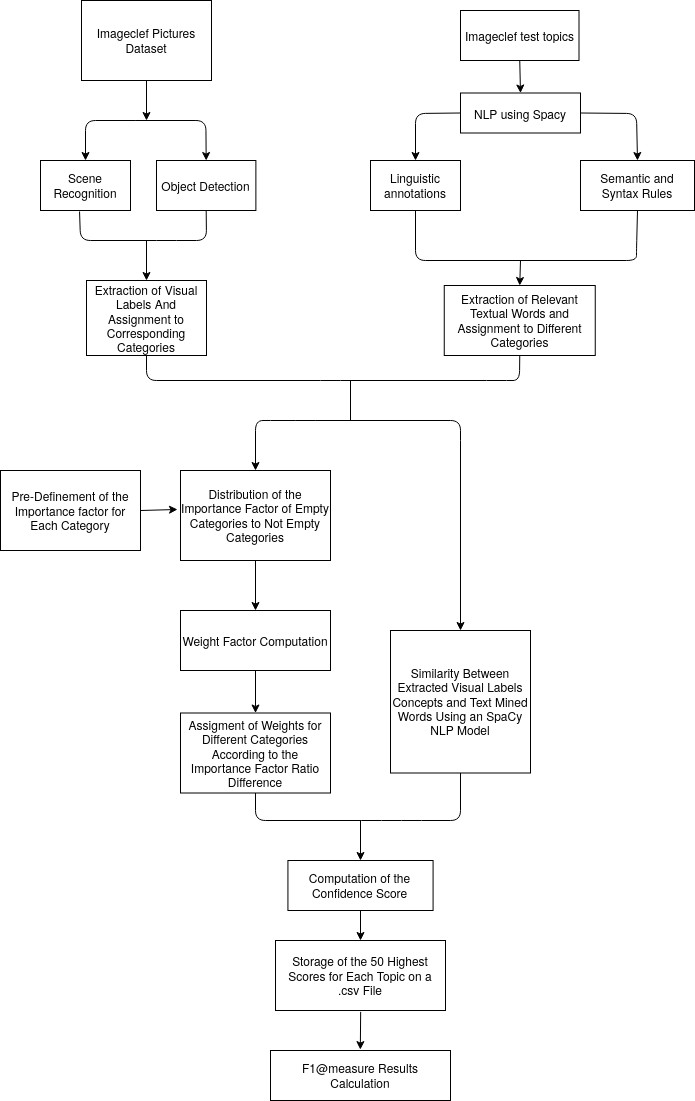
MrJules/thesis keeps this draw.io diagram as thesis_latex/Sections/6textprocessing/images/diagram.png. Above is the earlier version. Source tidied: cells renumbered, new cells last; positions are measured from the earlier drawing's top-left corner, leaving out a move shared by most shapes.
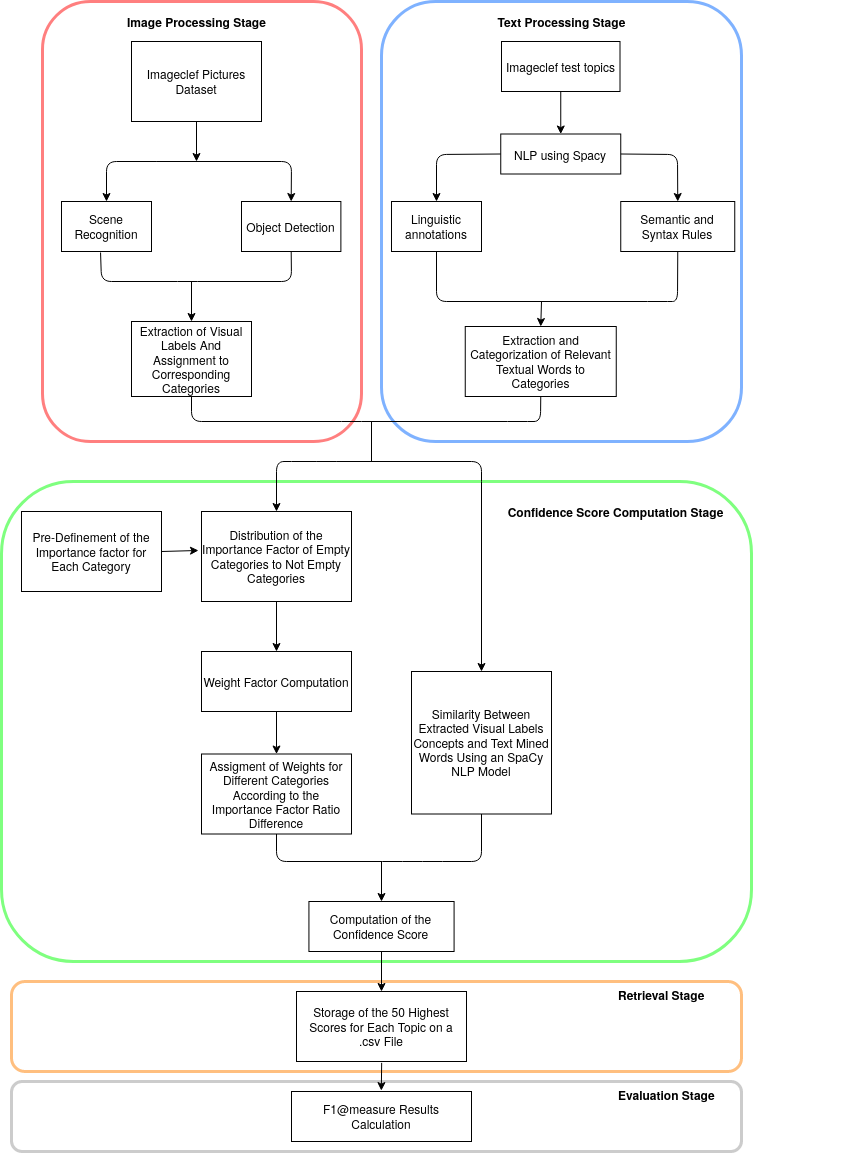
The same diagram one commit later.

Change to the diagram source:
```diff
@@ -2,34 +2,49 @@
   <root>
     <mxCell id="0" />
     <mxCell id="1" parent="0" />
+    <mxCell id="41" style="rounded=1;whiteSpace=wrap;html=1;shadow=0;strokeWidth=3;strokeColor=#999999;opacity=50;" parent="1" vertex="1">
+      <mxGeometry x="-10" y="1040" width="730" height="70" as="geometry" />
+    </mxCell>
+    <mxCell id="42" style="rounded=1;whiteSpace=wrap;html=1;shadow=0;strokeWidth=3;opacity=50;strokeColor=#FF8000;" parent="1" vertex="1">
+      <mxGeometry x="-10" y="940" width="730" height="90" as="geometry" />
+    </mxCell>
+    <mxCell id="43" style="rounded=1;whiteSpace=wrap;html=1;shadow=0;strokeWidth=3;strokeColor=#00FF00;opacity=50;" parent="1" vertex="1">
+      <mxGeometry x="-20" y="440" width="750" height="480" as="geometry" />
+    </mxCell>
+    <mxCell id="44" style="rounded=1;whiteSpace=wrap;html=1;strokeColor=#0066FF;shadow=0;strokeWidth=3;opacity=50;glass=0;" parent="1" vertex="1">
+      <mxGeometry x="360" y="-40" width="360" height="440" as="geometry" />
+    </mxCell>
+    <mxCell id="45" style="rounded=1;whiteSpace=wrap;html=1;strokeColor=#FF0000;strokeWidth=3;opacity=50;" parent="1" vertex="1">
+      <mxGeometry x="21" y="-40" width="319" height="440" as="geometry" />
+    </mxCell>
     <mxCell id="2" value="Imageclef Pictures Dataset " style="rounded=0;whiteSpace=wrap;html=1;" parent="1" vertex="1">
-      <mxGeometry x="81" width="130" height="80" as="geometry" />
+      <mxGeometry x="110" width="130" height="80" as="geometry" />
     </mxCell>
     <mxCell id="3" value="Scene Recognition" style="rounded=0;whiteSpace=wrap;html=1;" parent="1" vertex="1">
       <mxGeometry x="40" y="160" width="90" height="50" as="geometry" />
     </mxCell>
     <mxCell id="4" value="Object Detection" style="whiteSpace=wrap;html=1;" parent="1" vertex="1">
-      <mxGeometry x="156" y="160" width="99.4" height="50" as="geometry" />
+      <mxGeometry x="220" y="160" width="99.4" height="50" as="geometry" />
     </mxCell>
     <mxCell id="5" value="Extraction of Visual Labels And Assignment to Corresponding Categories " style="whiteSpace=wrap;html=1;" parent="1" vertex="1">
-      <mxGeometry x="86" y="280" width="120" height="75" as="geometry" />
+      <mxGeometry x="110" y="280" width="120" height="75" as="geometry" />
     </mxCell>
     <mxCell id="6" value="&lt;div&gt;&lt;br&gt;&lt;/div&gt;&lt;div&gt;Imageclef test topics&lt;/div&gt;&lt;div&gt;&lt;br&gt;&lt;/div&gt;" style="whiteSpace=wrap;html=1;" parent="1" vertex="1">
-      <mxGeometry x="460" y="10" width="118.5" height="50" as="geometry" />
+      <mxGeometry x="480" width="118.5" height="50" as="geometry" />
     </mxCell>
     <mxCell id="7" value="NLP using Spacy" style="rounded=0;whiteSpace=wrap;html=1;" parent="1" vertex="1">
-      <mxGeometry x="460" y="92.5" width="120" height="40" as="geometry" />
+      <mxGeometry x="479.2" y="92.5" width="120" height="40" as="geometry" />
     </mxCell>
     <mxCell id="8" value="Linguistic annotations " style="whiteSpace=wrap;html=1;" parent="1" vertex="1">
       <mxGeometry x="370" y="160" width="90" height="50" as="geometry" />
     </mxCell>
     <mxCell id="9" value="Semantic and Syntax Rules" style="whiteSpace=wrap;html=1;" parent="1" vertex="1">
-      <mxGeometry x="580" y="160" width="114" height="50" as="geometry" />
+      <mxGeometry x="599.2" y="160" width="114" height="50" as="geometry" />
     </mxCell>
     <mxCell id="10" value="Similarity Between Extracted Visual Labels Concepts and Text Mined Words Using an SpaCy NLP Model" style="whiteSpace=wrap;html=1;" parent="1" vertex="1">
       <mxGeometry x="390" y="630" width="140" height="142.5" as="geometry" />
     </mxCell>
-    <mxCell id="11" value="Extraction of Relevant Textual Words and Assignment to Different Categories" style="whiteSpace=wrap;html=1;" parent="1" vertex="1">
+    <mxCell id="11" value="Extraction and Categorization of Relevant Textual Words to Categories" style="whiteSpace=wrap;html=1;" parent="1" vertex="1">
       <mxGeometry x="443.8" y="285" width="151" height="70" as="geometry" />
     </mxCell>
     <mxCell id="12" value="Assigment of Weights for Different Categories According to the Importance Factor Ratio Difference" style="whiteSpace=wrap;html=1;" parent="1" vertex="1">
@@ -48,13 +63,13 @@
       <mxGeometry x="180" y="470" width="150" height="90" as="geometry" />
     </mxCell>
     <mxCell id="17" value="Storage of the 50 Highest Scores for Each Topic on a .csv File" style="whiteSpace=wrap;html=1;" parent="1" vertex="1">
-      <mxGeometry x="275" y="940" width="170" height="70" as="geometry" />
+      <mxGeometry x="275" y="950" width="170" height="70" as="geometry" />
     </mxCell>
     <mxCell id="18" style="endArrow=classic;html=1;entryX=0.5;entryY=0;entryDx=0;entryDy=0;" parent="1" edge="1" target="4">
       <mxGeometry relative="1" as="geometry">
         <mxPoint x="135.4" y="120" as="sourcePoint" />
         <Array as="points">
-          <mxPoint x="205.4" y="120" />
+          <mxPoint x="270" y="120" />
         </Array>
       </mxGeometry>
     </mxCell>
@@ -68,7 +83,7 @@
     </mxCell>
     <mxCell id="20" style="endArrow=classic;html=1;exitX=0.5;exitY=1;exitDx=0;exitDy=0;" parent="1" edge="1" source="2">
       <mxGeometry relative="1" as="geometry">
-        <mxPoint x="146" y="120" as="targetPoint" />
+        <mxPoint x="175" y="120" as="targetPoint" />
       </mxGeometry>
     </mxCell>
     <mxCell id="21" style="endArrow=none;html=1;entryX=0.5;entryY=1;entryDx=0;entryDy=0;exitX=0.434;exitY=1.02;exitDx=0;exitDy=0;exitPerimeter=0;" parent="1" edge="1" source="3" target="4">
@@ -76,13 +91,13 @@
         <Array as="points">
           <mxPoint x="80" y="240" />
           <mxPoint x="166" y="240" />
-          <mxPoint x="206" y="240" />
+          <mxPoint x="270" y="240" />
         </Array>
       </mxGeometry>
     </mxCell>
     <mxCell id="22" style="endArrow=classic;html=1;entryX=0.5;entryY=0;entryDx=0;entryDy=0;" parent="1" edge="1" target="5">
       <mxGeometry relative="1" as="geometry">
-        <mxPoint x="146" y="240" as="sourcePoint" />
+        <mxPoint x="170" y="240" as="sourcePoint" />
       </mxGeometry>
     </mxCell>
     <mxCell id="23" style="endArrow=classic;html=1;exitX=0.5;exitY=1;exitDx=0;exitDy=0;entryX=0.5;entryY=0;entryDx=0;entryDy=0;" parent="1" edge="1" source="6" target="7">
@@ -93,7 +108,7 @@
         <Array as="points">
           <mxPoint x="415" y="260" />
           <mxPoint x="636" y="260" />
-          <mxPoint x="636" y="250" />
+          <mxPoint x="656" y="260" />
         </Array>
       </mxGeometry>
     </mxCell>
@@ -105,7 +120,7 @@
     <mxCell id="26" style="endArrow=none;html=1;exitX=0.5;exitY=1;exitDx=0;exitDy=0;entryX=0.5;entryY=1;entryDx=0;entryDy=0;" parent="1" edge="1" source="5" target="11">
       <mxGeometry relative="1" as="geometry">
         <Array as="points">
-          <mxPoint x="146" y="380" />
+          <mxPoint x="170" y="380" />
           <mxPoint x="330" y="380" />
           <mxPoint x="496" y="380" />
           <mxPoint x="519" y="380" />
@@ -177,7 +192,7 @@
     <mxCell id="39" style="endArrow=classic;html=1;exitX=1;exitY=0.5;exitDx=0;exitDy=0;entryX=0.5;entryY=0;entryDx=0;entryDy=0;" parent="1" edge="1" source="7" target="9">
       <mxGeometry relative="1" as="geometry">
         <Array as="points">
-          <mxPoint x="636" y="113" />
+          <mxPoint x="656" y="113" />
         </Array>
       </mxGeometry>
     </mxCell>
@@ -188,5 +203,20 @@
         </Array>
       </mxGeometry>
     </mxCell>
+    <mxCell id="46" value="&lt;b&gt;Image Processing Stage&lt;/b&gt;" style="text;html=1;align=center;verticalAlign=middle;" parent="1" vertex="1">
+      <mxGeometry x="100" y="-30" width="150" height="20" as="geometry" />
+    </mxCell>
+    <mxCell id="47" value="&lt;b&gt;Text Processing Stage&lt;/b&gt;" style="text;html=1;align=center;verticalAlign=middle;" parent="1" vertex="1">
+      <mxGeometry x="470" y="-30" width="140" height="20" as="geometry" />
+    </mxCell>
+    <mxCell id="48" value="&lt;b&gt;Confidence Score Computation Stage&lt;/b&gt;" style="text;html=1;align=center;verticalAlign=middle;" parent="1" vertex="1">
+      <mxGeometry x="479.2" y="460" width="230" height="20" as="geometry" />
+    </mxCell>
+    <mxCell id="49" value="&lt;b&gt;Retrieval Stage&lt;/b&gt;" style="text;whiteSpace=wrap;html=1;" parent="1" vertex="1">
+      <mxGeometry x="594.8" y="940" width="240" height="30" as="geometry" />
+    </mxCell>
+    <mxCell id="50" value="&lt;div&gt;&lt;b&gt;Evaluation Stage&lt;/b&gt;&lt;/div&gt;&lt;div&gt;&lt;b&gt;&lt;br&gt;&lt;/b&gt;&lt;/div&gt;" style="text;whiteSpace=wrap;html=1;" parent="1" vertex="1">
+      <mxGeometry x="594.8" y="1040" width="240" height="30" as="geometry" />
+    </mxCell>
   </root>
 </mxGraphModel>
```
